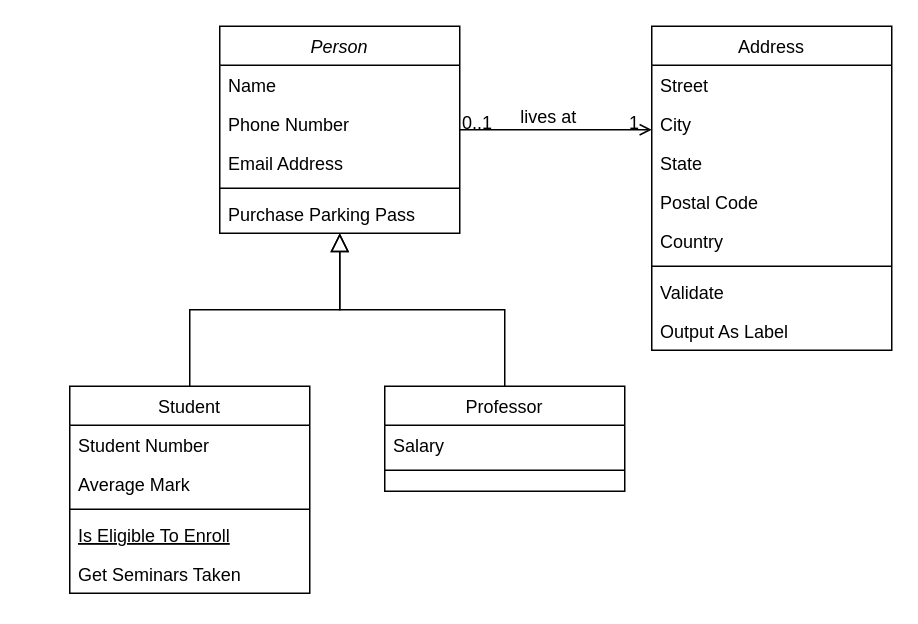
code-a11ly/Draw.io keeps this draw.io diagram as Untitled Diagram.drawio. Above is the earlier version. Source tidied: cells renumbered, new cells numbered last; positions are measured from the earlier drawing's top-left corner, leaving out a move shared by most shapes. Both pictures are drawn from the tidied source at 150%, with x=0, y=0 at pixel (69, 26).
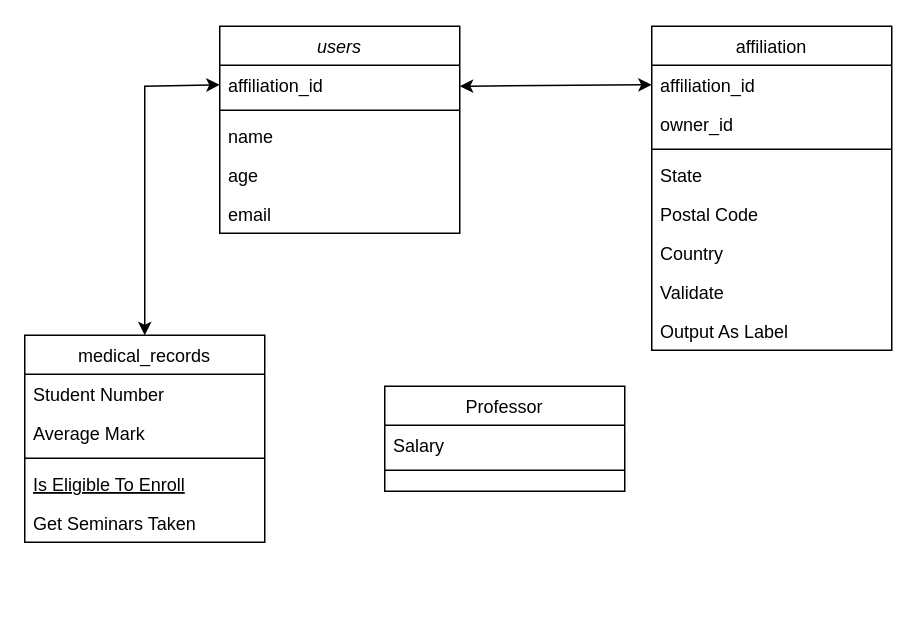
The same page after the edit.

Unchanged cells that the change refers to:
```xml
<mxCell id="15" value="Professor" style="swimlane;fontStyle=0;align=center;verticalAlign=top;horizontal=1;startSize=26;rounded=0;shadow=0;strokeWidth=1;" parent="1" vertex="1">
  <mxGeometry x="210" y="240" width="160" height="70" as="geometry" />
</mxCell>
```

Diff of the diagram source:
```diff
@@
-    <mxCell id="2" value="Person" style="swimlane;fontStyle=2;align=center;verticalAlign=top;horizontal=1;startSize=26;rounded=0;shadow=0;strokeWidth=1;" parent="1" vertex="1">
+    <mxCell id="2" value="users" style="swimlane;fontStyle=2;align=center;verticalAlign=top;horizontal=1;startSize=26;rounded=0;shadow=0;strokeWidth=1;" parent="1" vertex="1">
       <mxGeometry x="100" width="160" height="138" as="geometry" />
     </mxCell>
+    <mxCell id="7" value="affiliation_id" style="text;align=left;verticalAlign=top;spacingLeft=4;spacingRight=4;overflow=hidden;points=[[0,0.5],[1,0.5]];portConstraint=eastwest;" parent="2" vertex="1">
+      <mxGeometry y="26" width="160" height="26" as="geometry" />
+    </mxCell>
+    <mxCell id="6" style="line;html=1;strokeWidth=1;align=left;verticalAlign=middle;spacingTop=-1;spacingLeft=3;spacingRight=3;labelPosition=right;" parent="2" vertex="1">
+      <mxGeometry y="52" width="160" height="8" as="geometry" />
+    </mxCell>
-    <mxCell id="3" value="Name" style="text;align=left;verticalAlign=top;spacingLeft=4;spacingRight=4;overflow=hidden;" parent="2" vertex="1">
-      <mxGeometry y="26" width="160" height="26" as="geometry" />
+    <mxCell id="3" value="name" style="text;align=left;verticalAlign=top;spacingLeft=4;spacingRight=4;overflow=hidden;" parent="2" vertex="1">
+      <mxGeometry y="60" width="160" height="26" as="geometry" />
     </mxCell>
-    <mxCell id="4" value="Phone Number" style="text;align=left;verticalAlign=top;spacingLeft=4;spacingRight=4;overflow=hidden;rounded=0;shadow=0;html=0;" parent="2" vertex="1">
-      <mxGeometry y="52" width="160" height="26" as="geometry" />
+    <mxCell id="4" value="age" style="text;align=left;verticalAlign=top;spacingLeft=4;spacingRight=4;overflow=hidden;rounded=0;shadow=0;html=0;" parent="2" vertex="1">
+      <mxGeometry y="86" width="160" height="26" as="geometry" />
     </mxCell>
-    <mxCell id="5" value="Email Address" style="text;align=left;verticalAlign=top;spacingLeft=4;spacingRight=4;overflow=hidden;rounded=0;shadow=0;html=0;" parent="2" vertex="1">
-      <mxGeometry y="78" width="160" height="26" as="geometry" />
+    <mxCell id="5" value="email" style="text;align=left;verticalAlign=top;spacingLeft=4;spacingRight=4;overflow=hidden;rounded=0;shadow=0;html=0;" parent="2" vertex="1">
+      <mxGeometry y="112" width="160" height="26" as="geometry" />
     </mxCell>
-    <mxCell id="6" style="line;html=1;strokeWidth=1;align=left;verticalAlign=middle;spacingTop=-1;spacingLeft=3;spacingRight=3;labelPosition=right;" parent="2" vertex="1">
-      <mxGeometry y="104" width="160" height="8" as="geometry" />
-    </mxCell>
-    <mxCell id="7" value="Purchase Parking Pass" style="text;align=left;verticalAlign=top;spacingLeft=4;spacingRight=4;overflow=hidden;points=[[0,0.5],[1,0.5]];portConstraint=eastwest;" parent="2" vertex="1">
-      <mxGeometry y="112" width="160" height="26" as="geometry" />
-    </mxCell>
-    <mxCell id="8" value="Student" style="swimlane;fontStyle=0;align=center;verticalAlign=top;horizontal=1;startSize=26;rounded=0;shadow=0;strokeWidth=1;" parent="1" vertex="1">
-      <mxGeometry y="240" width="160" height="138" as="geometry" />
+    <mxCell id="8" value="medical_records" style="swimlane;fontStyle=0;align=center;verticalAlign=top;horizontal=1;startSize=26;rounded=0;shadow=0;strokeWidth=1;" parent="1" vertex="1">
+      <mxGeometry x="-30" y="206" width="160" height="138" as="geometry" />
     </mxCell>
@@
-    <mxCell id="14" style="endArrow=block;endSize=10;endFill=0;shadow=0;strokeWidth=1;rounded=0;curved=0;edgeStyle=elbowEdgeStyle;elbow=vertical;" parent="1" edge="1" source="8" target="2">
-      <mxGeometry relative="1" as="geometry" />
-    </mxCell>
@@
-    <mxCell id="18" style="endArrow=block;endSize=10;endFill=0;shadow=0;strokeWidth=1;rounded=0;curved=0;edgeStyle=elbowEdgeStyle;elbow=vertical;" parent="1" edge="1" source="15" target="2">
-      <mxGeometry relative="1" as="geometry" />
-    </mxCell>
-    <mxCell id="19" value="Address" style="swimlane;fontStyle=0;align=center;verticalAlign=top;horizontal=1;startSize=26;rounded=0;shadow=0;strokeWidth=1;" parent="1" vertex="1">
+    <mxCell id="19" value="affiliation" style="swimlane;fontStyle=0;align=center;verticalAlign=top;horizontal=1;startSize=26;rounded=0;shadow=0;strokeWidth=1;" parent="1" vertex="1">
       <mxGeometry x="388" width="160" height="216" as="geometry" />
     </mxCell>
+    <mxCell id="21" value="affiliation_id" style="text;align=left;verticalAlign=top;spacingLeft=4;spacingRight=4;overflow=hidden;points=[[0,0.5],[1,0.5]];portConstraint=eastwest;rounded=0;shadow=0;html=0;" parent="19" vertex="1">
+      <mxGeometry y="26" width="160" height="26" as="geometry" />
+    </mxCell>
-    <mxCell id="20" value="Street" style="text;align=left;verticalAlign=top;spacingLeft=4;spacingRight=4;overflow=hidden;" parent="19" vertex="1">
-      <mxGeometry y="26" width="160" height="26" as="geometry" />
+    <mxCell id="20" value="owner_id" style="text;align=left;verticalAlign=top;spacingLeft=4;spacingRight=4;overflow=hidden;" parent="19" vertex="1">
+      <mxGeometry y="52" width="160" height="26" as="geometry" />
     </mxCell>
-    <mxCell id="21" value="City" style="text;align=left;verticalAlign=top;spacingLeft=4;spacingRight=4;overflow=hidden;points=[[0,0.5],[1,0.5]];portConstraint=eastwest;rounded=0;shadow=0;html=0;" parent="19" vertex="1">
-      <mxGeometry y="52" width="160" height="26" as="geometry" />
-    </mxCell>
+    <mxCell id="25" style="line;html=1;strokeWidth=1;align=left;verticalAlign=middle;spacingTop=-1;spacingLeft=3;spacingRight=3;labelPosition=right;" parent="19" vertex="1">
+      <mxGeometry y="78" width="160" height="8" as="geometry" />
+    </mxCell>
     <mxCell id="22" value="State" style="text;align=left;verticalAlign=top;spacingLeft=4;spacingRight=4;overflow=hidden;rounded=0;shadow=0;html=0;" parent="19" vertex="1">
-      <mxGeometry y="78" width="160" height="26" as="geometry" />
+      <mxGeometry y="86" width="160" height="26" as="geometry" />
     </mxCell>
     <mxCell id="23" value="Postal Code" style="text;align=left;verticalAlign=top;spacingLeft=4;spacingRight=4;overflow=hidden;rounded=0;shadow=0;html=0;" parent="19" vertex="1">
-      <mxGeometry y="104" width="160" height="26" as="geometry" />
+      <mxGeometry y="112" width="160" height="26" as="geometry" />
     </mxCell>
     <mxCell id="24" value="Country" style="text;align=left;verticalAlign=top;spacingLeft=4;spacingRight=4;overflow=hidden;rounded=0;shadow=0;html=0;" parent="19" vertex="1">
-      <mxGeometry y="130" width="160" height="26" as="geometry" />
+      <mxGeometry y="138" width="160" height="26" as="geometry" />
     </mxCell>
-    <mxCell id="25" style="line;html=1;strokeWidth=1;align=left;verticalAlign=middle;spacingTop=-1;spacingLeft=3;spacingRight=3;labelPosition=right;" parent="19" vertex="1">
-      <mxGeometry y="156" width="160" height="8" as="geometry" />
-    </mxCell>
@@
-    <mxCell id="28" style="endArrow=open;shadow=0;strokeWidth=1;rounded=0;curved=0;endFill=1;edgeStyle=elbowEdgeStyle;elbow=vertical;" parent="1" edge="1" source="2" target="19">
-      <mxGeometry x="0.5" y="41" relative="1" as="geometry">
-        <mxPoint x="-40" y="32" as="offset" />
-      </mxGeometry>
-    </mxCell>
-    <mxCell id="29" value="0..1" style="align=left;verticalAlign=bottom;labelBackgroundColor=none;fontSize=12;" parent="28" vertex="1">
-      <mxGeometry x="-1" relative="1" as="geometry">
-        <mxPoint y="4" as="offset" />
-      </mxGeometry>
-    </mxCell>
-    <mxCell id="30" value="1" style="align=right;verticalAlign=bottom;labelBackgroundColor=none;fontSize=12;" parent="28" vertex="1">
-      <mxGeometry x="1" relative="1" as="geometry">
-        <mxPoint x="-7" y="4" as="offset" />
-      </mxGeometry>
-    </mxCell>
-    <mxCell id="31" value="lives at" style="text;html=1;align=center;verticalAlign=middle;labelBackgroundColor=none;rounded=0;shadow=0;strokeWidth=1;fontSize=12;" parent="28" vertex="1">
-      <mxGeometry x="0.5" y="49" relative="1" as="geometry">
-        <mxPoint x="-38" y="40" as="offset" />
-      </mxGeometry>
-    </mxCell>
+    <mxCell id="32" style="endArrow=classic;startArrow=classic;html=1;rounded=0;entryX=0;entryY=0.5;entryDx=0;entryDy=0;" parent="1" edge="1" target="21">
+      <mxGeometry relative="1" as="geometry">
+        <mxPoint x="260" y="40" as="sourcePoint" />
+      </mxGeometry>
+    </mxCell>
+    <mxCell id="33" style="endArrow=classic;startArrow=classic;html=1;rounded=0;entryX=0;entryY=0.5;entryDx=0;entryDy=0;exitX=0.5;exitY=0;exitDx=0;exitDy=0;" parent="1" edge="1" source="8" target="7">
+      <mxGeometry relative="1" as="geometry">
+        <Array as="points">
+          <mxPoint x="50" y="40" />
+        </Array>
+      </mxGeometry>
+    </mxCell>
```
